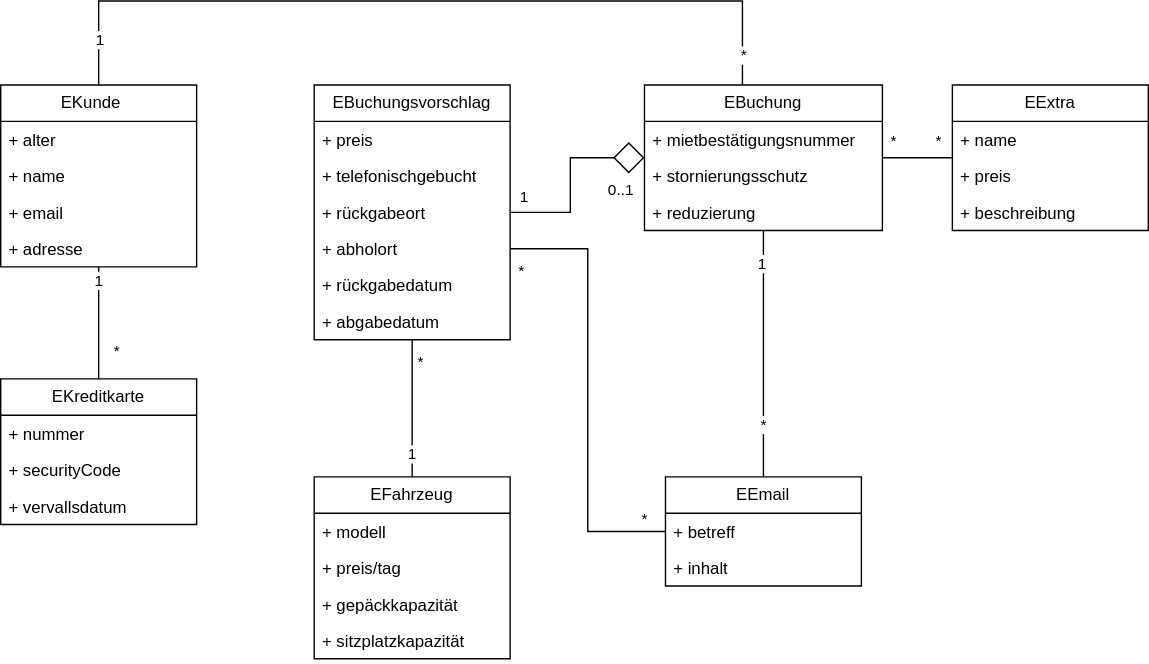
Earlier version of the draw.io export sw-eng-04.drawio.svg (MassimiIiano/software-eng-projects-uni). Source tidied: cells renumbered, new cells last; positions are measured from the earlier drawing's top-left corner, leaving out a move shared by most shapes.
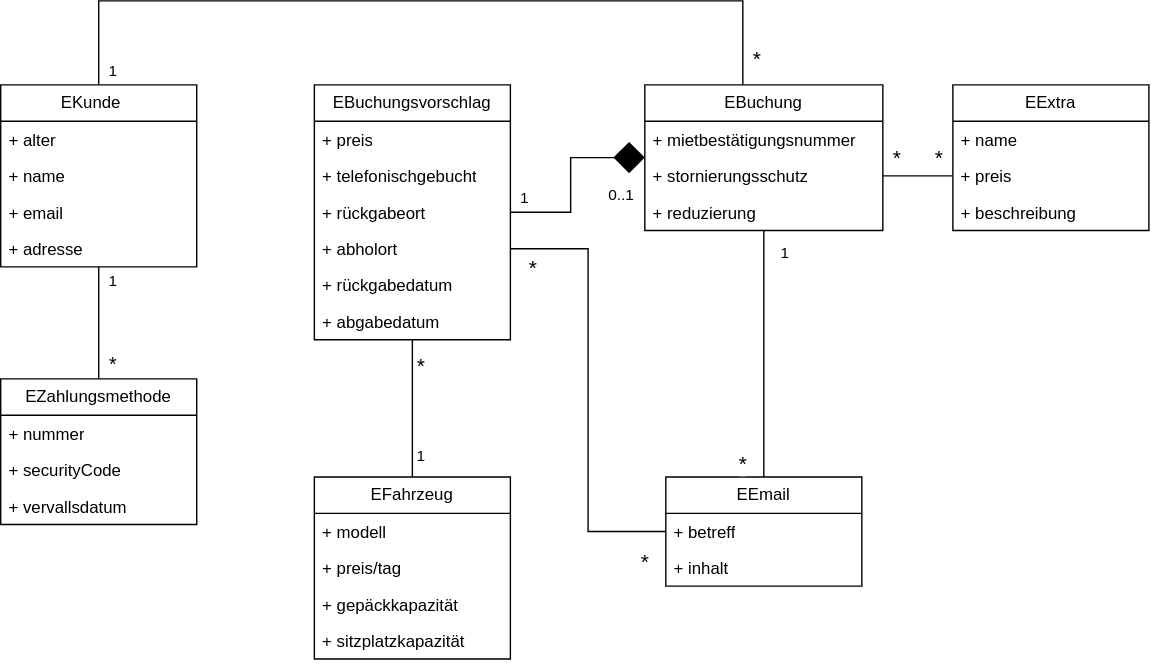
After the commit.

The edit, as a diff of the source:
```diff
@@ -3,11 +3,11 @@
     <mxCell id="0" />
     <mxCell id="1" parent="0" />
     <mxCell id="2" value="1" style="edgeStyle=orthogonalEdgeStyle;rounded=0;jettySize=auto;html=1;endArrow=none;endFill=0;startSize=20;endSize=20;" parent="1" edge="1" source="7" target="12">
-      <mxGeometry x="-0.75" relative="1" as="geometry" />
+      <mxGeometry x="-0.75" y="10" relative="1" as="geometry" />
     </mxCell>
-    <mxCell id="3" value="*" style="edgeLabel;html=1;align=center;verticalAlign=middle;" parent="2" vertex="1">
+    <mxCell id="3" value="&lt;font style=&quot;font-size: 14px;&quot;&gt;*&lt;/font&gt;" style="edgeLabel;html=1;align=center;verticalAlign=middle;" parent="2" vertex="1">
       <mxGeometry x="0.5" y="1" relative="1" as="geometry">
-        <mxPoint x="12" as="offset" />
+        <mxPoint x="9" y="10" as="offset" />
       </mxGeometry>
     </mxCell>
     <mxCell id="4" style="edgeStyle=orthogonalEdgeStyle;shape=connector;rounded=0;jettySize=auto;html=1;strokeColor=default;align=center;verticalAlign=middle;fontFamily=Helvetica;fontSize=11;fontColor=default;labelBackgroundColor=default;endArrow=none;endFill=0;" parent="1" edge="1" source="7" target="31">
@@ -19,10 +19,14 @@
       </mxGeometry>
     </mxCell>
     <mxCell id="5" value="1" style="edgeLabel;html=1;align=center;verticalAlign=middle;fontFamily=Helvetica;fontSize=11;fontColor=default;labelBackgroundColor=default;" parent="4" vertex="1">
-      <mxGeometry x="-0.89" y="-1" relative="1" as="geometry" />
+      <mxGeometry x="-0.89" y="-1" relative="1" as="geometry">
+        <mxPoint x="9" y="22" as="offset" />
+      </mxGeometry>
     </mxCell>
-    <mxCell id="6" value="*" style="edgeLabel;html=1;align=center;verticalAlign=middle;fontFamily=Helvetica;fontSize=11;fontColor=default;labelBackgroundColor=default;" parent="4" vertex="1">
-      <mxGeometry x="0.93" y="1" relative="1" as="geometry" />
+    <mxCell id="6" value="&lt;font style=&quot;font-size: 15px;&quot;&gt;*&lt;/font&gt;" style="edgeLabel;html=1;align=center;verticalAlign=middle;fontFamily=Helvetica;fontSize=11;fontColor=default;labelBackgroundColor=default;" parent="4" vertex="1">
+      <mxGeometry x="0.93" y="1" relative="1" as="geometry">
+        <mxPoint x="9" y="1" as="offset" />
+      </mxGeometry>
     </mxCell>
     <mxCell id="7" value="EKunde&lt;span style=&quot;white-space: pre;&quot;&gt;&#9;&lt;/span&gt;" style="swimlane;fontStyle=0;horizontal=1;startSize=26;fillColor=none;whiteSpace=wrap;html=1;" parent="1" vertex="1">
       <mxGeometry y="60" width="140" height="130" as="geometry" />
@@ -39,7 +43,7 @@
     <mxCell id="11" value="+ adresse" style="text;strokeColor=none;fillColor=none;align=left;verticalAlign=top;spacingLeft=4;spacingRight=4;overflow=hidden;whiteSpace=wrap;html=1;" parent="7" vertex="1">
       <mxGeometry y="104" width="140" height="26" as="geometry" />
     </mxCell>
-    <mxCell id="12" value="EKreditkarte" style="swimlane;fontStyle=0;horizontal=1;startSize=26;fillColor=none;whiteSpace=wrap;html=1;" parent="1" vertex="1">
+    <mxCell id="12" value="EZahlungsmethode" style="swimlane;fontStyle=0;horizontal=1;startSize=26;fillColor=none;whiteSpace=wrap;html=1;" parent="1" vertex="1">
       <mxGeometry y="270" width="140" height="104" as="geometry" />
     </mxCell>
     <mxCell id="13" value="+ nummer" style="text;strokeColor=none;fillColor=none;align=left;verticalAlign=top;spacingLeft=4;spacingRight=4;overflow=hidden;whiteSpace=wrap;html=1;" parent="12" vertex="1">
@@ -76,11 +80,10 @@
       <mxGeometry relative="1" as="geometry" />
     </mxCell>
     <mxCell id="24" value="1" style="edgeLabel;html=1;align=center;verticalAlign=middle;fontFamily=Helvetica;fontSize=11;fontColor=default;labelBackgroundColor=default;" parent="23" vertex="1">
-      <mxGeometry x="0.72" y="1" relative="1" as="geometry" />
+      <mxGeometry x="0.72" y="1" relative="1" as="geometry">
+        <mxPoint x="16" y="-8" as="offset" />
+      </mxGeometry>
     </mxCell>
-    <mxCell id="25" value="*" style="edgeLabel;html=1;align=center;verticalAlign=middle;fontFamily=Helvetica;fontSize=11;fontColor=default;labelBackgroundColor=default;" parent="23" vertex="1">
-      <mxGeometry x="-0.57" relative="1" as="geometry" />
-    </mxCell>
     <mxCell id="26" value="EEmail" style="swimlane;fontStyle=0;horizontal=1;startSize=26;fillColor=none;whiteSpace=wrap;html=1;" parent="1" vertex="1">
       <mxGeometry x="475" y="340" width="140" height="78" as="geometry" />
     </mxCell>
@@ -90,14 +93,6 @@
     <mxCell id="28" value="+ inhalt" style="text;strokeColor=none;fillColor=none;align=left;verticalAlign=top;spacingLeft=4;spacingRight=4;overflow=hidden;whiteSpace=wrap;html=1;" parent="26" vertex="1">
       <mxGeometry y="52" width="140" height="26" as="geometry" />
     </mxCell>
-    <mxCell id="29" value="*" style="edgeStyle=orthogonalEdgeStyle;shape=connector;rounded=0;jettySize=auto;html=1;strokeColor=default;align=center;verticalAlign=middle;fontFamily=Helvetica;fontSize=11;fontColor=default;labelBackgroundColor=default;endArrow=none;endFill=0;" parent="1" edge="1" source="31" target="46">
-      <mxGeometry x="0.6" y="12" relative="1" as="geometry" />
-    </mxCell>
-    <mxCell id="30" value="*" style="edgeLabel;html=1;align=center;verticalAlign=middle;fontFamily=Helvetica;fontSize=11;fontColor=default;labelBackgroundColor=default;" parent="29" vertex="1">
-      <mxGeometry x="-0.7" y="-2" relative="1" as="geometry">
-        <mxPoint y="-14" as="offset" />
-      </mxGeometry>
-    </mxCell>
     <mxCell id="31" value="EBuchung" style="swimlane;fontStyle=0;horizontal=1;startSize=26;fillColor=none;whiteSpace=wrap;html=1;" parent="1" vertex="1">
       <mxGeometry x="460" y="60" width="170" height="104" as="geometry" />
     </mxCell>
@@ -113,29 +108,16 @@
     <mxCell id="35" style="edgeStyle=orthogonalEdgeStyle;shape=connector;rounded=0;jettySize=auto;html=1;strokeColor=default;align=center;verticalAlign=middle;fontFamily=Helvetica;fontSize=11;fontColor=default;labelBackgroundColor=default;endArrow=none;endFill=0;" parent="1" edge="1" source="41" target="16">
       <mxGeometry relative="1" as="geometry" />
     </mxCell>
-    <mxCell id="36" value="*" style="edgeLabel;html=1;align=center;verticalAlign=middle;fontFamily=Helvetica;fontSize=11;fontColor=default;labelBackgroundColor=default;" parent="35" vertex="1">
-      <mxGeometry x="0.68" y="-2" relative="1" as="geometry">
-        <mxPoint x="4" as="offset" />
-      </mxGeometry>
-    </mxCell>
     <mxCell id="37" value="1" style="edgeLabel;html=1;align=center;verticalAlign=middle;fontFamily=Helvetica;fontSize=11;fontColor=default;labelBackgroundColor=default;" parent="35" vertex="1">
-      <mxGeometry x="-0.68" relative="1" as="geometry" />
+      <mxGeometry x="-0.68" relative="1" as="geometry">
+        <mxPoint x="6" as="offset" />
+      </mxGeometry>
     </mxCell>
     <mxCell id="38" value="&lt;div&gt;1&lt;/div&gt;" style="edgeLabel;html=1;align=center;verticalAlign=middle;fontFamily=Helvetica;fontSize=11;fontColor=default;labelBackgroundColor=default;" parent="35" vertex="1">
       <mxGeometry x="0.68" y="-2" relative="1" as="geometry">
         <mxPoint x="78" y="-118" as="offset" />
       </mxGeometry>
     </mxCell>
-    <mxCell id="39" value="*" style="edgeLabel;html=1;align=center;verticalAlign=middle;fontFamily=Helvetica;fontSize=11;fontColor=default;labelBackgroundColor=default;" parent="35" vertex="1">
-      <mxGeometry x="0.68" y="-2" relative="1" as="geometry">
-        <mxPoint x="76" y="-65" as="offset" />
-      </mxGeometry>
-    </mxCell>
-    <mxCell id="40" value="*" style="edgeLabel;html=1;align=center;verticalAlign=middle;fontFamily=Helvetica;fontSize=11;fontColor=default;labelBackgroundColor=default;" parent="35" vertex="1">
-      <mxGeometry x="0.68" y="-2" relative="1" as="geometry">
-        <mxPoint x="164" y="112" as="offset" />
-      </mxGeometry>
-    </mxCell>
     <mxCell id="41" value="EFahrzeug" style="swimlane;fontStyle=0;horizontal=1;startSize=26;fillColor=none;whiteSpace=wrap;html=1;" parent="1" vertex="1">
       <mxGeometry x="224" y="340" width="140" height="130" as="geometry" />
     </mxCell>
@@ -163,16 +145,37 @@
     <mxCell id="49" value="+ beschreibung" style="text;strokeColor=none;fillColor=none;align=left;verticalAlign=top;spacingLeft=4;spacingRight=4;overflow=hidden;whiteSpace=wrap;html=1;" parent="46" vertex="1">
       <mxGeometry y="78" width="140" height="26" as="geometry" />
     </mxCell>
-    <mxCell id="50" style="edgeStyle=orthogonalEdgeStyle;rounded=0;jettySize=auto;html=1;endArrow=diamond;endFill=0;endSize=20;" parent="1" edge="1" source="16" target="31">
+    <mxCell id="50" style="edgeStyle=orthogonalEdgeStyle;rounded=0;jettySize=auto;html=1;endArrow=diamond;endFill=1;endSize=20;" parent="1" edge="1" source="16" target="31">
       <mxGeometry relative="1" as="geometry" />
     </mxCell>
     <mxCell id="51" value="0..1" style="edgeLabel;html=1;align=center;verticalAlign=middle;fontFamily=Helvetica;fontSize=11;fontColor=default;labelBackgroundColor=default;" parent="50" vertex="1">
       <mxGeometry x="-0.15" y="-1" relative="1" as="geometry">
-        <mxPoint x="35" y="-1" as="offset" />
+        <mxPoint x="35" y="2" as="offset" />
       </mxGeometry>
     </mxCell>
     <mxCell id="52" style="edgeStyle=orthogonalEdgeStyle;rounded=0;jettySize=auto;html=1;exitX=1;exitY=0.5;exitDx=0;exitDy=0;entryX=0;entryY=0.5;entryDx=0;entryDy=0;endArrow=none;endFill=0;" parent="1" edge="1" source="20" target="27">
       <mxGeometry relative="1" as="geometry" />
     </mxCell>
+    <mxCell id="53" value="&lt;font style=&quot;font-size: 15px;&quot;&gt;*&lt;/font&gt;" style="edgeLabel;html=1;align=center;verticalAlign=middle;fontFamily=Helvetica;fontSize=11;fontColor=default;labelBackgroundColor=default;" parent="1" vertex="1">
+      <mxGeometry x="640" y="112" as="geometry" />
+    </mxCell>
+    <mxCell id="54" style="edgeStyle=orthogonalEdgeStyle;rounded=0;jettySize=auto;html=1;entryX=0;entryY=0.5;entryDx=0;entryDy=0;endArrow=none;endFill=0;" parent="1" edge="1" source="33" target="48">
+      <mxGeometry relative="1" as="geometry" />
+    </mxCell>
+    <mxCell id="55" value="&lt;font style=&quot;font-size: 15px;&quot;&gt;*&lt;/font&gt;" style="edgeLabel;html=1;align=center;verticalAlign=middle;fontFamily=Helvetica;fontSize=11;fontColor=default;labelBackgroundColor=default;" parent="1" vertex="1">
+      <mxGeometry x="670" y="112" as="geometry" />
+    </mxCell>
+    <mxCell id="56" value="&lt;font style=&quot;font-size: 15px;&quot;&gt;*&lt;/font&gt;" style="edgeLabel;html=1;align=center;verticalAlign=middle;fontFamily=Helvetica;fontSize=11;fontColor=default;labelBackgroundColor=default;" parent="1" vertex="1">
+      <mxGeometry x="380" y="190" as="geometry" />
+    </mxCell>
+    <mxCell id="57" value="&lt;font style=&quot;font-size: 15px;&quot;&gt;*&lt;/font&gt;" style="edgeLabel;html=1;align=center;verticalAlign=middle;fontFamily=Helvetica;fontSize=11;fontColor=default;labelBackgroundColor=default;" parent="1" vertex="1">
+      <mxGeometry x="530" y="330" as="geometry" />
+    </mxCell>
+    <mxCell id="58" value="&lt;font style=&quot;font-size: 15px;&quot;&gt;*&lt;/font&gt;" style="edgeLabel;html=1;align=center;verticalAlign=middle;fontFamily=Helvetica;fontSize=11;fontColor=default;labelBackgroundColor=default;" parent="1" vertex="1">
+      <mxGeometry x="460" y="400" as="geometry" />
+    </mxCell>
+    <mxCell id="59" value="&lt;font style=&quot;font-size: 15px;&quot;&gt;*&lt;/font&gt;" style="edgeLabel;html=1;align=center;verticalAlign=middle;fontFamily=Helvetica;fontSize=11;fontColor=default;labelBackgroundColor=default;" parent="1" vertex="1">
+      <mxGeometry x="300" y="260" as="geometry" />
+    </mxCell>
   </root>
 </mxGraphModel>
```
